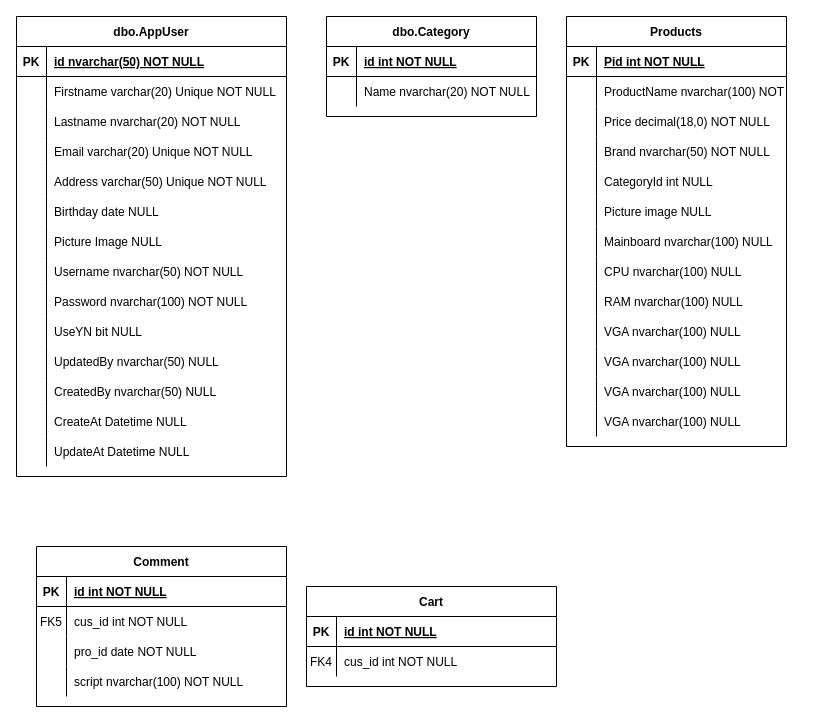
This is Untitled Diagram.drawio from danblue3/test, a draw.io file, before an edit. Source tidied: cells renumbered, new cells numbered last; positions are measured from the earlier drawing's top-left corner, leaving out a move shared by most shapes. Both pictures are drawn from the tidied source at 100%, with x=0, y=0 at pixel (16, 16).
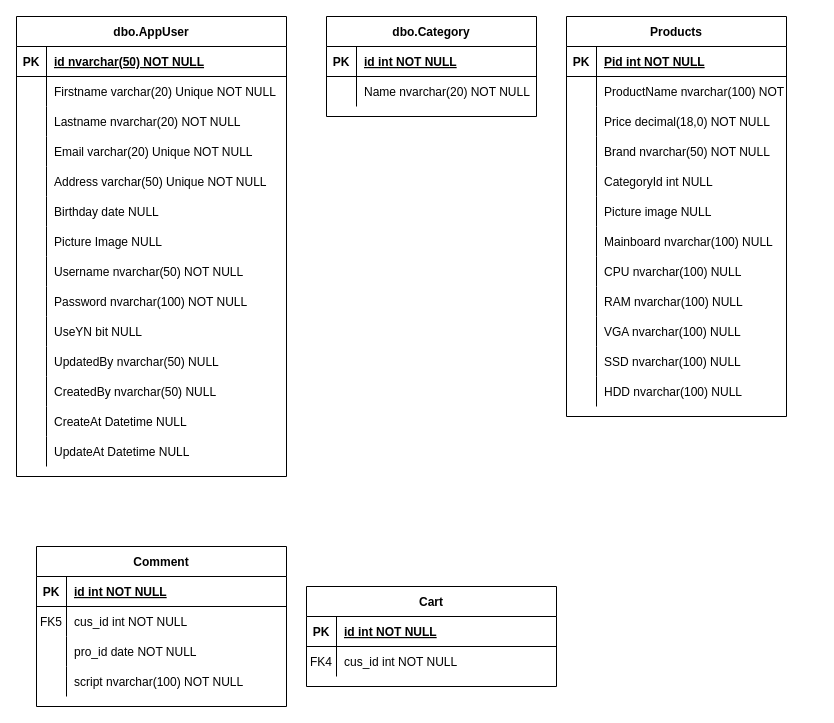
The same diagram, later.

The change refers to these unchanged cells:
```xml
<mxCell id="103" style="shape=partialRectangle;fillColor=none;top=0;left=0;right=0;bottom=0;" parent="72" vertex="1">
  <mxGeometry y="330" width="220" height="30" as="geometry" />
</mxCell>
<mxCell id="106" style="shape=partialRectangle;fillColor=none;top=0;left=0;right=0;bottom=0;" parent="72" vertex="1">
  <mxGeometry y="360" width="220" height="30" as="geometry" />
</mxCell>
```

The edit, as a diff of the source:
```diff
@@
     <mxCell id="72" value="Products" style="shape=table;startSize=30;childLayout=tableLayout;rowLines=0;fontStyle=1;align=center;" parent="1" vertex="1">
-      <mxGeometry x="550" width="220" height="430" as="geometry" />
+      <mxGeometry x="550" width="220" height="400" as="geometry" />
     </mxCell>
@@
-    <mxCell id="105" value="VGA nvarchar(100) NULL" style="shape=partialRectangle;overflow=hidden;fillColor=none;top=0;left=0;bottom=0;right=0;align=left;spacingLeft=6;" parent="103" vertex="1">
+    <mxCell id="105" value="SSD nvarchar(100) NULL" style="shape=partialRectangle;overflow=hidden;fillColor=none;top=0;left=0;bottom=0;right=0;align=left;spacingLeft=6;" parent="103" vertex="1">
       <mxGeometry x="30" width="190" height="30" as="geometry" />
     </mxCell>
@@
-    <mxCell id="108" value="VGA nvarchar(100) NULL" style="shape=partialRectangle;overflow=hidden;fillColor=none;top=0;left=0;bottom=0;right=0;align=left;spacingLeft=6;" parent="106" vertex="1">
+    <mxCell id="108" value="HDD nvarchar(100) NULL" style="shape=partialRectangle;overflow=hidden;fillColor=none;top=0;left=0;bottom=0;right=0;align=left;spacingLeft=6;" parent="106" vertex="1">
       <mxGeometry x="30" width="190" height="30" as="geometry" />
     </mxCell>
-    <mxCell id="109" style="shape=partialRectangle;fillColor=none;top=0;left=0;right=0;bottom=0;" parent="72" vertex="1">
-      <mxGeometry y="390" width="220" height="30" as="geometry" />
-    </mxCell>
-    <mxCell id="110" style="shape=partialRectangle;overflow=hidden;fillColor=none;top=0;left=0;bottom=0;right=0;" parent="109" vertex="1">
-      <mxGeometry width="30" height="30" as="geometry" />
-    </mxCell>
-    <mxCell id="111" value="VGA nvarchar(100) NULL" style="shape=partialRectangle;overflow=hidden;fillColor=none;top=0;left=0;bottom=0;right=0;align=left;spacingLeft=6;" parent="109" vertex="1">
-      <mxGeometry x="30" width="190" height="30" as="geometry" />
-    </mxCell>
```
